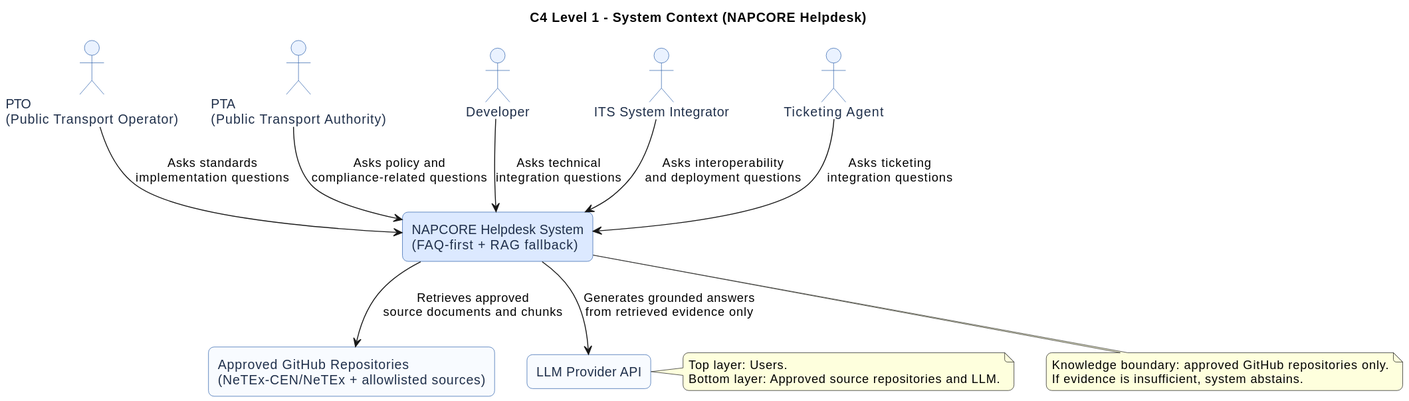
The PlantUML diagram docs/architecture/c4-level1-system-context.svg in UM-KGPI/NapcoreHelpdesk, before a commit. The source it was exported from:
```plantuml
@startuml
title C4 Level 1 - System Context (NAPCORE Helpdesk)

skinparam shadowing false
skinparam roundcorner 12
skinparam rectangle {
  BorderColor #2B5FAB
  FontColor #1F2F4A
  BackgroundColor #F8FBFF
}
skinparam actor {
  BorderColor #2B5FAB
  FontColor #1F2F4A
  BackgroundColor #EAF2FF
}

actor "PTO\n(Public Transport Operator)" as PTO
actor "PTA\n(Public Transport Authority)" as PTA
actor "Developer" as DEV
actor "ITS System Integrator" as INTEGRATOR
actor "Ticketing Agent" as TICKET

rectangle "NAPCORE Helpdesk System\n(FAQ-first + RAG fallback)" as HELPDESK #DCE9FF
rectangle "Approved GitHub Repositories\n(NeTEx-CEN/NeTEx + allowlisted sources)" as GITHUB
rectangle "LLM Provider API" as LLM

PTO --> HELPDESK : Asks standards\nimplementation questions
PTA --> HELPDESK : Asks policy and\ncompliance-related questions
DEV --> HELPDESK : Asks technical\nintegration questions
INTEGRATOR --> HELPDESK : Asks interoperability\nand deployment questions
TICKET --> HELPDESK : Asks ticketing\nintegration questions

PTO -[hidden]right-> PTA
PTA -[hidden]right-> DEV
DEV -[hidden]right-> INTEGRATOR
INTEGRATOR -[hidden]right-> TICKET

HELPDESK -[hidden]down-> GITHUB
GITHUB -[hidden]right-> LLM

HELPDESK --> GITHUB : Retrieves approved\nsource documents and chunks
HELPDESK --> LLM : Generates grounded answers\nfrom retrieved evidence only

note bottom of HELPDESK
Knowledge boundary: approved GitHub repositories only.
If evidence is insufficient, system abstains.
end note

note right of LLM
Top layer: Users.
Bottom layer: Approved source repositories and LLM.
end note
@enduml
```
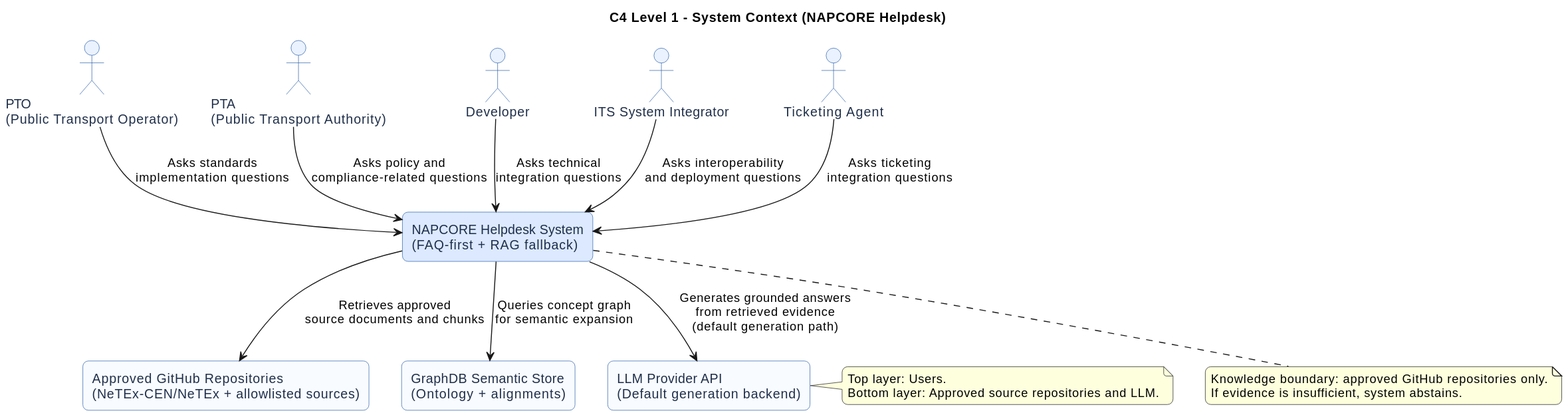
Above is the later version.

The edit, as a diff of the source:
```diff
@@ -22,7 +22,8 @@
 
 rectangle "NAPCORE Helpdesk System\n(FAQ-first + RAG fallback)" as HELPDESK #DCE9FF
 rectangle "Approved GitHub Repositories\n(NeTEx-CEN/NeTEx + allowlisted sources)" as GITHUB
-rectangle "LLM Provider API" as LLM
+rectangle "GraphDB Semantic Store\n(Ontology + alignments)" as GRAPHDB
+rectangle "LLM Provider API\n(Default generation backend)" as LLM
 
 PTO --> HELPDESK : Asks standards\nimplementation questions
 PTA --> HELPDESK : Asks policy and\ncompliance-related questions
@@ -36,10 +37,12 @@
 INTEGRATOR -[hidden]right-> TICKET
 
 HELPDESK -[hidden]down-> GITHUB
-GITHUB -[hidden]right-> LLM
+GITHUB -[hidden]right-> GRAPHDB
+GRAPHDB -[hidden]right-> LLM
 
 HELPDESK --> GITHUB : Retrieves approved\nsource documents and chunks
-HELPDESK --> LLM : Generates grounded answers\nfrom retrieved evidence only
+HELPDESK --> GRAPHDB : Queries concept graph\nfor semantic expansion
+HELPDESK --> LLM : Generates grounded answers\nfrom retrieved evidence\n(default generation path)
 
 note bottom of HELPDESK
 Knowledge boundary: approved GitHub repositories only.
```
